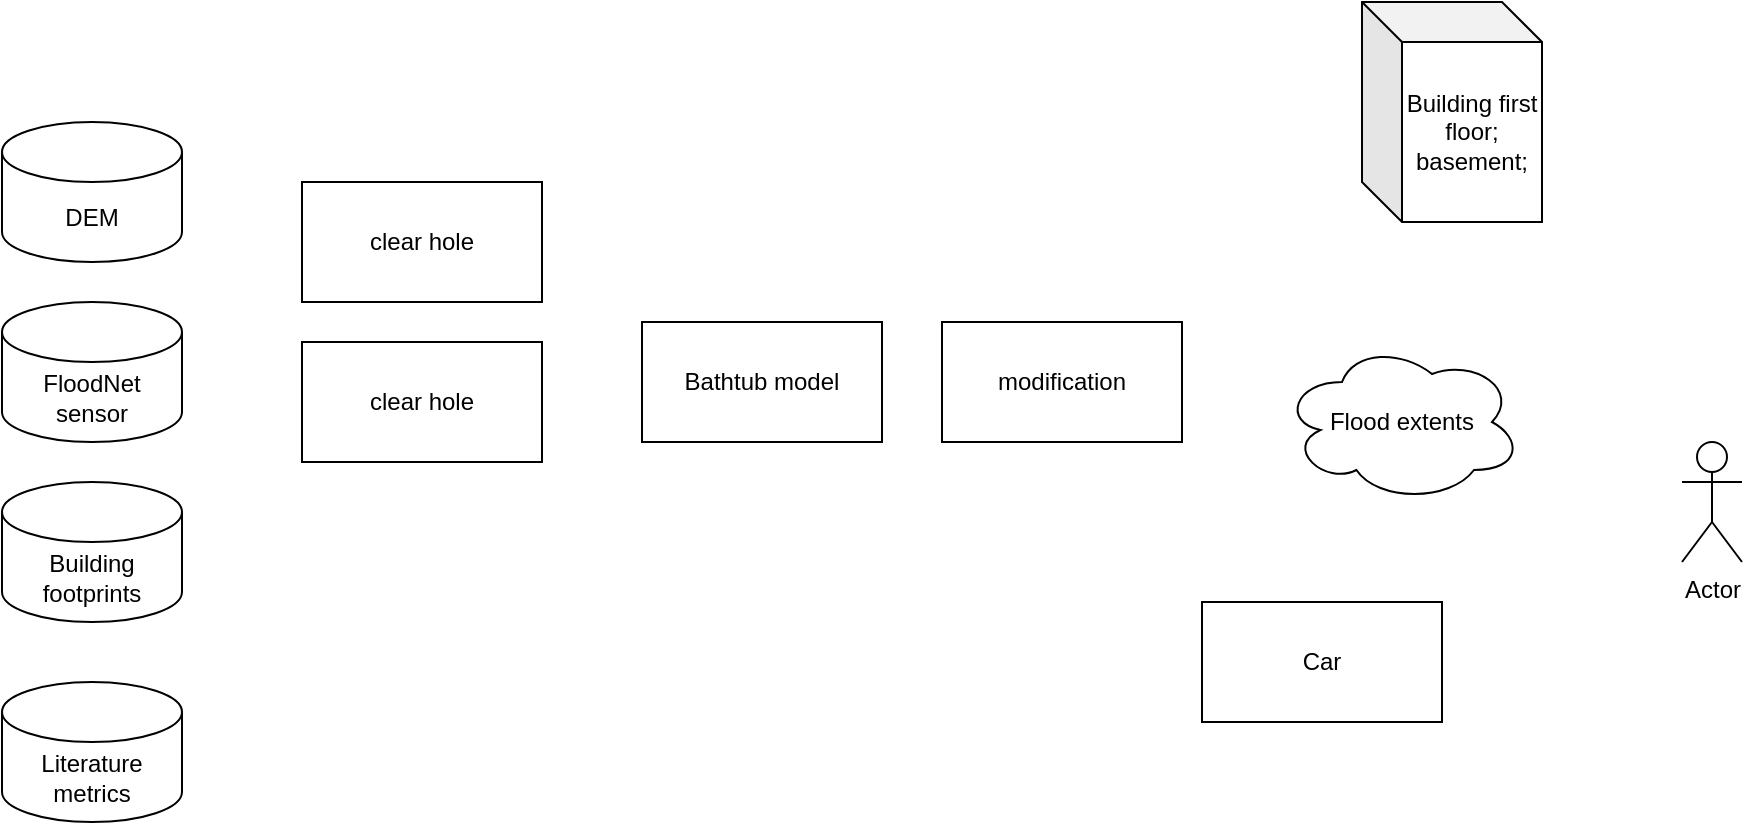
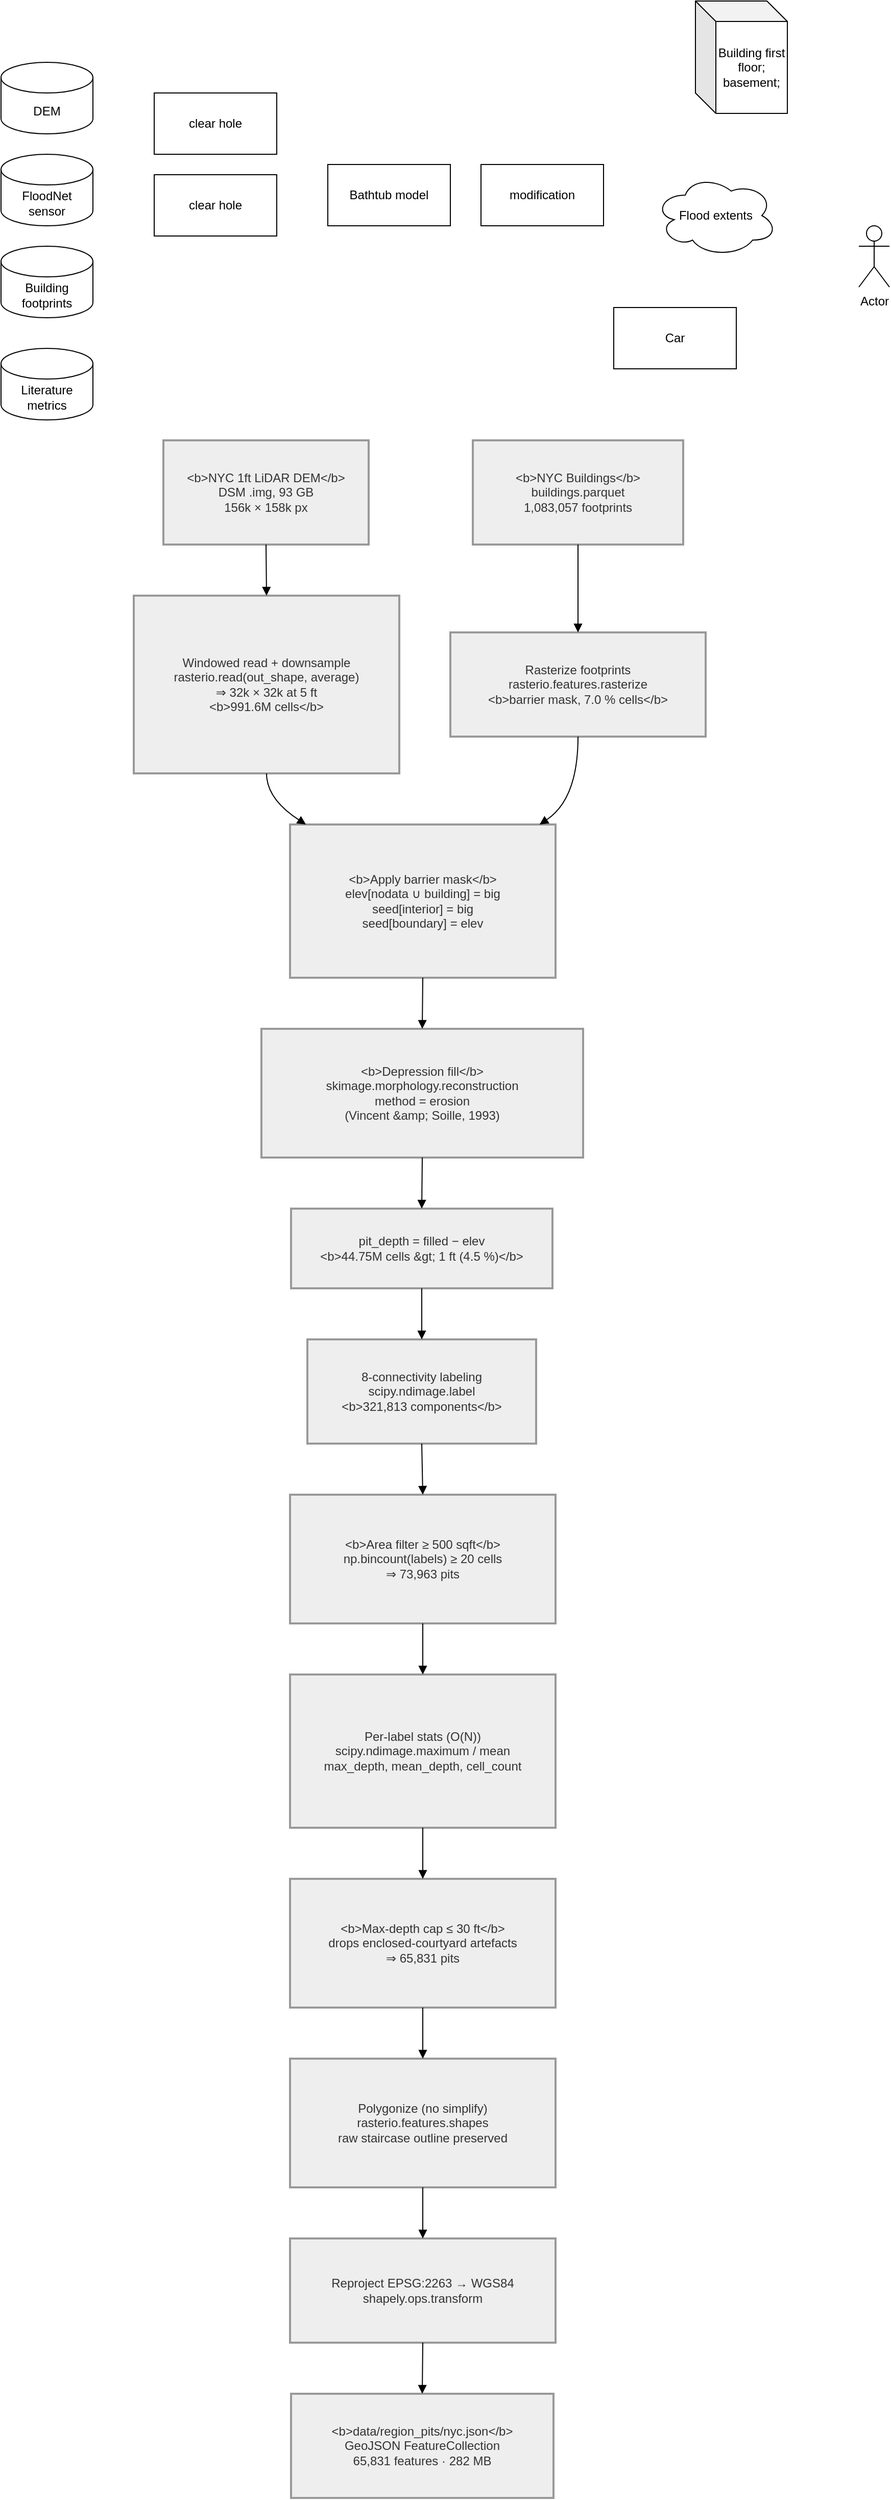
<mxfile host="app.diagrams.net">
  <diagram name="第 1 页" id="rrjs3x73q6XKG6Un8orv">
    <mxGraphModel dx="4423" dy="944" grid="1" gridSize="10" guides="1" tooltips="1" connect="1" arrows="1" fold="1" page="1" pageScale="1" pageWidth="827" pageHeight="1169" math="0" shadow="0">
      <root>
        <mxCell id="0" />
        <mxCell id="1" parent="0" />
        <mxCell id="wsXrPMJaeRBQqD8lpksv-2" parent="1" style="shape=cylinder3;whiteSpace=wrap;html=1;boundedLbl=1;backgroundOutline=1;size=15;" value="DEM" vertex="1">
          <mxGeometry height="70" width="90" x="-110" y="180" as="geometry" />
        </mxCell>
        <mxCell id="wsXrPMJaeRBQqD8lpksv-3" parent="1" style="shape=cylinder3;whiteSpace=wrap;html=1;boundedLbl=1;backgroundOutline=1;size=15;" value="FloodNet sensor" vertex="1">
          <mxGeometry height="70" width="90" x="-110" y="270" as="geometry" />
        </mxCell>
        <mxCell id="wsXrPMJaeRBQqD8lpksv-4" parent="1" style="rounded=0;whiteSpace=wrap;html=1;" value="Bathtub model" vertex="1">
          <mxGeometry height="60" width="120" x="210" y="280" as="geometry" />
        </mxCell>
        <mxCell id="wsXrPMJaeRBQqD8lpksv-5" parent="1" style="rounded=0;whiteSpace=wrap;html=1;" value="modification" vertex="1">
          <mxGeometry height="60" width="120" x="360" y="280" as="geometry" />
        </mxCell>
        <mxCell id="wsXrPMJaeRBQqD8lpksv-6" parent="1" style="shape=cylinder3;whiteSpace=wrap;html=1;boundedLbl=1;backgroundOutline=1;size=15;" value="Building footprints" vertex="1">
          <mxGeometry height="70" width="90" x="-110" y="360" as="geometry" />
        </mxCell>
        <mxCell id="wsXrPMJaeRBQqD8lpksv-7" parent="1" style="shape=cylinder3;whiteSpace=wrap;html=1;boundedLbl=1;backgroundOutline=1;size=15;" value="Literature metrics" vertex="1">
          <mxGeometry height="70" width="90" x="-110" y="460" as="geometry" />
        </mxCell>
        <mxCell id="wsXrPMJaeRBQqD8lpksv-9" parent="1" style="ellipse;shape=cloud;whiteSpace=wrap;html=1;" value="Flood extents" vertex="1">
          <mxGeometry height="80" width="120" x="530" y="290" as="geometry" />
        </mxCell>
        <mxCell id="wsXrPMJaeRBQqD8lpksv-10" parent="1" style="shape=cube;whiteSpace=wrap;html=1;boundedLbl=1;backgroundOutline=1;darkOpacity=0.05;darkOpacity2=0.1;" value="Building first floor;&lt;div&gt;basement;&lt;/div&gt;" vertex="1">
          <mxGeometry height="110" width="90" x="570" y="120" as="geometry" />
        </mxCell>
        <mxCell id="wsXrPMJaeRBQqD8lpksv-12" parent="1" style="rounded=0;whiteSpace=wrap;html=1;" value="Car" vertex="1">
          <mxGeometry height="60" width="120" x="490" y="420" as="geometry" />
        </mxCell>
        <mxCell id="wsXrPMJaeRBQqD8lpksv-13" parent="1" style="shape=umlActor;verticalLabelPosition=bottom;verticalAlign=top;html=1;outlineConnect=0;" value="Actor" vertex="1">
          <mxGeometry height="60" width="30" x="730" y="340" as="geometry" />
        </mxCell>
        <mxCell id="wsXrPMJaeRBQqD8lpksv-16" parent="1" style="rounded=0;whiteSpace=wrap;html=1;" value="clear hole" vertex="1">
          <mxGeometry height="60" width="120" x="40" y="210" as="geometry" />
        </mxCell>
        <mxCell id="wsXrPMJaeRBQqD8lpksv-17" parent="1" style="rounded=0;whiteSpace=wrap;html=1;" value="clear hole" vertex="1">
          <mxGeometry height="60" width="120" x="40" y="290" as="geometry" />
        </mxCell>
+         <mxCell id="wsXrPMJaeRBQqD8lpksv-18" parent="1" style="whiteSpace=wrap;strokeWidth=2;fillColor=light-dark(#eeeeee,#1f2020);strokeColor=light-dark(#999999,#cccccc);fontColor=light-dark(#333333,#cccccc);" value="&lt;b&gt;NYC 1ft LiDAR DEM&lt;/b&gt;&#xa;DSM .img, 93 GB&#xa;156k × 158k px" vertex="1">
+           <mxGeometry height="102" width="201" x="49" y="550" as="geometry" />
+         </mxCell>
+         <mxCell id="wsXrPMJaeRBQqD8lpksv-19" parent="1" style="whiteSpace=wrap;strokeWidth=2;fillColor=light-dark(#eeeeee,#1f2020);strokeColor=light-dark(#999999,#cccccc);fontColor=light-dark(#333333,#cccccc);" value="&lt;b&gt;NYC Buildings&lt;/b&gt;&#xa;buildings.parquet&#xa;1,083,057 footprints" vertex="1">
+           <mxGeometry height="102" width="206" x="352" y="550" as="geometry" />
+         </mxCell>
+         <mxCell id="wsXrPMJaeRBQqD8lpksv-20" parent="1" style="whiteSpace=wrap;strokeWidth=2;fillColor=light-dark(#eeeeee,#1f2020);strokeColor=light-dark(#999999,#cccccc);fontColor=light-dark(#333333,#cccccc);" value="Windowed read + downsample&#xa;rasterio.read(out_shape, average)&#xa;⇒ 32k × 32k at 5 ft&#xa;&lt;b&gt;991.6M cells&lt;/b&gt;" vertex="1">
+           <mxGeometry height="174" width="260" x="20" y="702" as="geometry" />
+         </mxCell>
+         <mxCell id="wsXrPMJaeRBQqD8lpksv-21" parent="1" style="whiteSpace=wrap;strokeWidth=2;fillColor=light-dark(#eeeeee,#1f2020);strokeColor=light-dark(#999999,#cccccc);fontColor=light-dark(#333333,#cccccc);" value="Rasterize footprints&#xa;rasterio.features.rasterize&#xa;&lt;b&gt;barrier mask, 7.0 % cells&lt;/b&gt;" vertex="1">
+           <mxGeometry height="102" width="250" x="330" y="738" as="geometry" />
+         </mxCell>
+         <mxCell id="wsXrPMJaeRBQqD8lpksv-22" parent="1" style="whiteSpace=wrap;strokeWidth=2;fillColor=light-dark(#eeeeee,#1f2020);strokeColor=light-dark(#999999,#cccccc);fontColor=light-dark(#333333,#cccccc);" value="&lt;b&gt;Apply barrier mask&lt;/b&gt;&#xa;elev[nodata ∪ building] = big&#xa;seed[interior] = big&#xa;seed[boundary] = elev" vertex="1">
+           <mxGeometry height="150" width="260" x="173" y="926" as="geometry" />
+         </mxCell>
+         <mxCell id="wsXrPMJaeRBQqD8lpksv-23" parent="1" style="whiteSpace=wrap;strokeWidth=2;fillColor=light-dark(#eeeeee,#1f2020);strokeColor=light-dark(#999999,#cccccc);fontColor=light-dark(#333333,#cccccc);" value="&lt;b&gt;Depression fill&lt;/b&gt;&#xa;skimage.morphology.reconstruction&#xa;method = erosion&#xa;(Vincent &amp;amp; Soille, 1993)" vertex="1">
+           <mxGeometry height="126" width="315" x="145" y="1126" as="geometry" />
+         </mxCell>
+         <mxCell id="wsXrPMJaeRBQqD8lpksv-24" parent="1" style="whiteSpace=wrap;strokeWidth=2;fillColor=light-dark(#eeeeee,#1f2020);strokeColor=light-dark(#999999,#cccccc);fontColor=light-dark(#333333,#cccccc);" value="pit_depth = filled − elev&#xa;&lt;b&gt;44.75M cells &amp;gt; 1 ft (4.5 %)&lt;/b&gt;" vertex="1">
+           <mxGeometry height="78" width="256" x="174" y="1302" as="geometry" />
+         </mxCell>
+         <mxCell id="wsXrPMJaeRBQqD8lpksv-25" parent="1" style="whiteSpace=wrap;strokeWidth=2;fillColor=light-dark(#eeeeee,#1f2020);strokeColor=light-dark(#999999,#cccccc);fontColor=light-dark(#333333,#cccccc);" value="8-connectivity labeling&#xa;scipy.ndimage.label&#xa;&lt;b&gt;321,813 components&lt;/b&gt;" vertex="1">
+           <mxGeometry height="102" width="224" x="190" y="1430" as="geometry" />
+         </mxCell>
+         <mxCell id="wsXrPMJaeRBQqD8lpksv-26" parent="1" style="whiteSpace=wrap;strokeWidth=2;fillColor=light-dark(#eeeeee,#1f2020);strokeColor=light-dark(#999999,#cccccc);fontColor=light-dark(#333333,#cccccc);" value="&lt;b&gt;Area filter ≥ 500 sqft&lt;/b&gt;&#xa;np.bincount(labels) ≥ 20 cells&#xa;⇒ 73,963 pits" vertex="1">
+           <mxGeometry height="126" width="260" x="173" y="1582" as="geometry" />
+         </mxCell>
+         <mxCell id="wsXrPMJaeRBQqD8lpksv-27" parent="1" style="whiteSpace=wrap;strokeWidth=2;fillColor=light-dark(#eeeeee,#1f2020);strokeColor=light-dark(#999999,#cccccc);fontColor=light-dark(#333333,#cccccc);" value="Per-label stats (O(N))&#xa;scipy.ndimage.maximum / mean&#xa;max_depth, mean_depth, cell_count" vertex="1">
+           <mxGeometry height="150" width="260" x="173" y="1758" as="geometry" />
+         </mxCell>
+         <mxCell id="wsXrPMJaeRBQqD8lpksv-28" parent="1" style="whiteSpace=wrap;strokeWidth=2;fillColor=light-dark(#eeeeee,#1f2020);strokeColor=light-dark(#999999,#cccccc);fontColor=light-dark(#333333,#cccccc);" value="&lt;b&gt;Max-depth cap ≤ 30 ft&lt;/b&gt;&#xa;drops enclosed-courtyard artefacts&#xa;⇒ 65,831 pits" vertex="1">
+           <mxGeometry height="126" width="260" x="173" y="1958" as="geometry" />
+         </mxCell>
+         <mxCell id="wsXrPMJaeRBQqD8lpksv-29" parent="1" style="whiteSpace=wrap;strokeWidth=2;fillColor=light-dark(#eeeeee,#1f2020);strokeColor=light-dark(#999999,#cccccc);fontColor=light-dark(#333333,#cccccc);" value="Polygonize (no simplify)&#xa;rasterio.features.shapes&#xa;raw staircase outline preserved" vertex="1">
+           <mxGeometry height="126" width="260" x="173" y="2134" as="geometry" />
+         </mxCell>
+         <mxCell id="wsXrPMJaeRBQqD8lpksv-30" parent="1" style="whiteSpace=wrap;strokeWidth=2;fillColor=light-dark(#eeeeee,#1f2020);strokeColor=light-dark(#999999,#cccccc);fontColor=light-dark(#333333,#cccccc);" value="Reproject EPSG:2263 → WGS84&#xa;shapely.ops.transform" vertex="1">
+           <mxGeometry height="102" width="260" x="173" y="2310" as="geometry" />
+         </mxCell>
+         <mxCell id="wsXrPMJaeRBQqD8lpksv-31" parent="1" style="whiteSpace=wrap;strokeWidth=2;fillColor=light-dark(#eeeeee,#1f2020);strokeColor=light-dark(#999999,#cccccc);fontColor=light-dark(#333333,#cccccc);" value="&lt;b&gt;data/region_pits/nyc.json&lt;/b&gt;&#xa;GeoJSON FeatureCollection&#xa;65,831 features · 282 MB" vertex="1">
+           <mxGeometry height="102" width="257" x="174" y="2462" as="geometry" />
+         </mxCell>
+         <mxCell id="wsXrPMJaeRBQqD8lpksv-32" edge="1" parent="1" source="wsXrPMJaeRBQqD8lpksv-18" style="curved=1;startArrow=none;endArrow=block;exitX=0.5;exitY=1;entryX=0.5;entryY=0;rounded=0;" target="wsXrPMJaeRBQqD8lpksv-20" value="">
+           <mxGeometry relative="1" as="geometry">
+             <Array as="points" />
+           </mxGeometry>
+         </mxCell>
+         <mxCell id="wsXrPMJaeRBQqD8lpksv-33" edge="1" parent="1" source="wsXrPMJaeRBQqD8lpksv-19" style="curved=1;startArrow=none;endArrow=block;exitX=0.5;exitY=1;entryX=0.5;entryY=0;rounded=0;" target="wsXrPMJaeRBQqD8lpksv-21" value="">
+           <mxGeometry relative="1" as="geometry">
+             <Array as="points" />
+           </mxGeometry>
+         </mxCell>
+         <mxCell id="wsXrPMJaeRBQqD8lpksv-34" edge="1" parent="1" source="wsXrPMJaeRBQqD8lpksv-20" style="curved=1;startArrow=none;endArrow=block;exitX=0.5;exitY=1;entryX=0.06;entryY=0;rounded=0;" target="wsXrPMJaeRBQqD8lpksv-22" value="">
+           <mxGeometry relative="1" as="geometry">
+             <Array as="points">
+               <mxPoint x="150" y="901" />
+             </Array>
+           </mxGeometry>
+         </mxCell>
+         <mxCell id="wsXrPMJaeRBQqD8lpksv-35" edge="1" parent="1" source="wsXrPMJaeRBQqD8lpksv-21" style="curved=1;startArrow=none;endArrow=block;exitX=0.5;exitY=1;entryX=0.94;entryY=0;rounded=0;" target="wsXrPMJaeRBQqD8lpksv-22" value="">
+           <mxGeometry relative="1" as="geometry">
+             <Array as="points">
+               <mxPoint x="455" y="901" />
+             </Array>
+           </mxGeometry>
+         </mxCell>
+         <mxCell id="wsXrPMJaeRBQqD8lpksv-36" edge="1" parent="1" source="wsXrPMJaeRBQqD8lpksv-22" style="curved=1;startArrow=none;endArrow=block;exitX=0.5;exitY=1;entryX=0.5;entryY=0;rounded=0;" target="wsXrPMJaeRBQqD8lpksv-23" value="">
+           <mxGeometry relative="1" as="geometry">
+             <Array as="points" />
+           </mxGeometry>
+         </mxCell>
+         <mxCell id="wsXrPMJaeRBQqD8lpksv-37" edge="1" parent="1" source="wsXrPMJaeRBQqD8lpksv-23" style="curved=1;startArrow=none;endArrow=block;exitX=0.5;exitY=1;entryX=0.5;entryY=0;rounded=0;" target="wsXrPMJaeRBQqD8lpksv-24" value="">
+           <mxGeometry relative="1" as="geometry">
+             <Array as="points" />
+           </mxGeometry>
+         </mxCell>
+         <mxCell id="wsXrPMJaeRBQqD8lpksv-38" edge="1" parent="1" source="wsXrPMJaeRBQqD8lpksv-24" style="curved=1;startArrow=none;endArrow=block;exitX=0.5;exitY=1;entryX=0.5;entryY=0;rounded=0;" target="wsXrPMJaeRBQqD8lpksv-25" value="">
+           <mxGeometry relative="1" as="geometry">
+             <Array as="points" />
+           </mxGeometry>
+         </mxCell>
+         <mxCell id="wsXrPMJaeRBQqD8lpksv-39" edge="1" parent="1" source="wsXrPMJaeRBQqD8lpksv-25" style="curved=1;startArrow=none;endArrow=block;exitX=0.5;exitY=1;entryX=0.5;entryY=0;rounded=0;" target="wsXrPMJaeRBQqD8lpksv-26" value="">
+           <mxGeometry relative="1" as="geometry">
+             <Array as="points" />
+           </mxGeometry>
+         </mxCell>
+         <mxCell id="wsXrPMJaeRBQqD8lpksv-40" edge="1" parent="1" source="wsXrPMJaeRBQqD8lpksv-26" style="curved=1;startArrow=none;endArrow=block;exitX=0.5;exitY=1;entryX=0.5;entryY=0;rounded=0;" target="wsXrPMJaeRBQqD8lpksv-27" value="">
+           <mxGeometry relative="1" as="geometry">
+             <Array as="points" />
+           </mxGeometry>
+         </mxCell>
+         <mxCell id="wsXrPMJaeRBQqD8lpksv-41" edge="1" parent="1" source="wsXrPMJaeRBQqD8lpksv-27" style="curved=1;startArrow=none;endArrow=block;exitX=0.5;exitY=1;entryX=0.5;entryY=0;rounded=0;" target="wsXrPMJaeRBQqD8lpksv-28" value="">
+           <mxGeometry relative="1" as="geometry">
+             <Array as="points" />
+           </mxGeometry>
+         </mxCell>
+         <mxCell id="wsXrPMJaeRBQqD8lpksv-42" edge="1" parent="1" source="wsXrPMJaeRBQqD8lpksv-28" style="curved=1;startArrow=none;endArrow=block;exitX=0.5;exitY=1;entryX=0.5;entryY=0;rounded=0;" target="wsXrPMJaeRBQqD8lpksv-29" value="">
+           <mxGeometry relative="1" as="geometry">
+             <Array as="points" />
+           </mxGeometry>
+         </mxCell>
+         <mxCell id="wsXrPMJaeRBQqD8lpksv-43" edge="1" parent="1" source="wsXrPMJaeRBQqD8lpksv-29" style="curved=1;startArrow=none;endArrow=block;exitX=0.5;exitY=1;entryX=0.5;entryY=0;rounded=0;" target="wsXrPMJaeRBQqD8lpksv-30" value="">
+           <mxGeometry relative="1" as="geometry">
+             <Array as="points" />
+           </mxGeometry>
+         </mxCell>
+         <mxCell id="wsXrPMJaeRBQqD8lpksv-44" edge="1" parent="1" source="wsXrPMJaeRBQqD8lpksv-30" style="curved=1;startArrow=none;endArrow=block;exitX=0.5;exitY=1;entryX=0.5;entryY=0;rounded=0;" target="wsXrPMJaeRBQqD8lpksv-31" value="">
+           <mxGeometry relative="1" as="geometry">
+             <Array as="points" />
+           </mxGeometry>
+         </mxCell>
      </root>
    </mxGraphModel>
  </diagram>
</mxfile>
